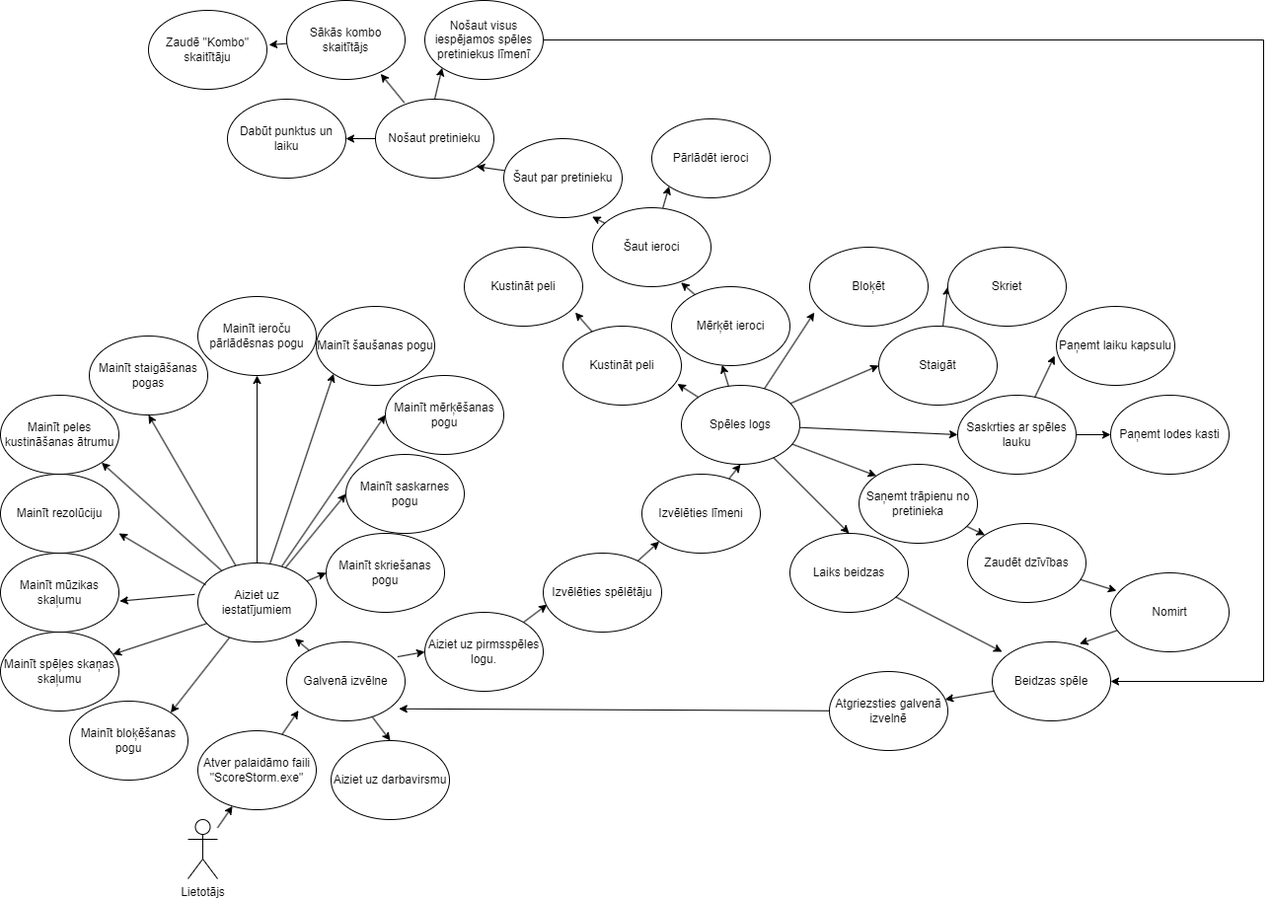
Earlier version of the draw.io export Diagrammas/UseCase.png (GNarvils/ScoreStorm). Source tidied: cells renumbered, new cells last; positions are measured from the earlier drawing's top-left corner, leaving out a move shared by most shapes.
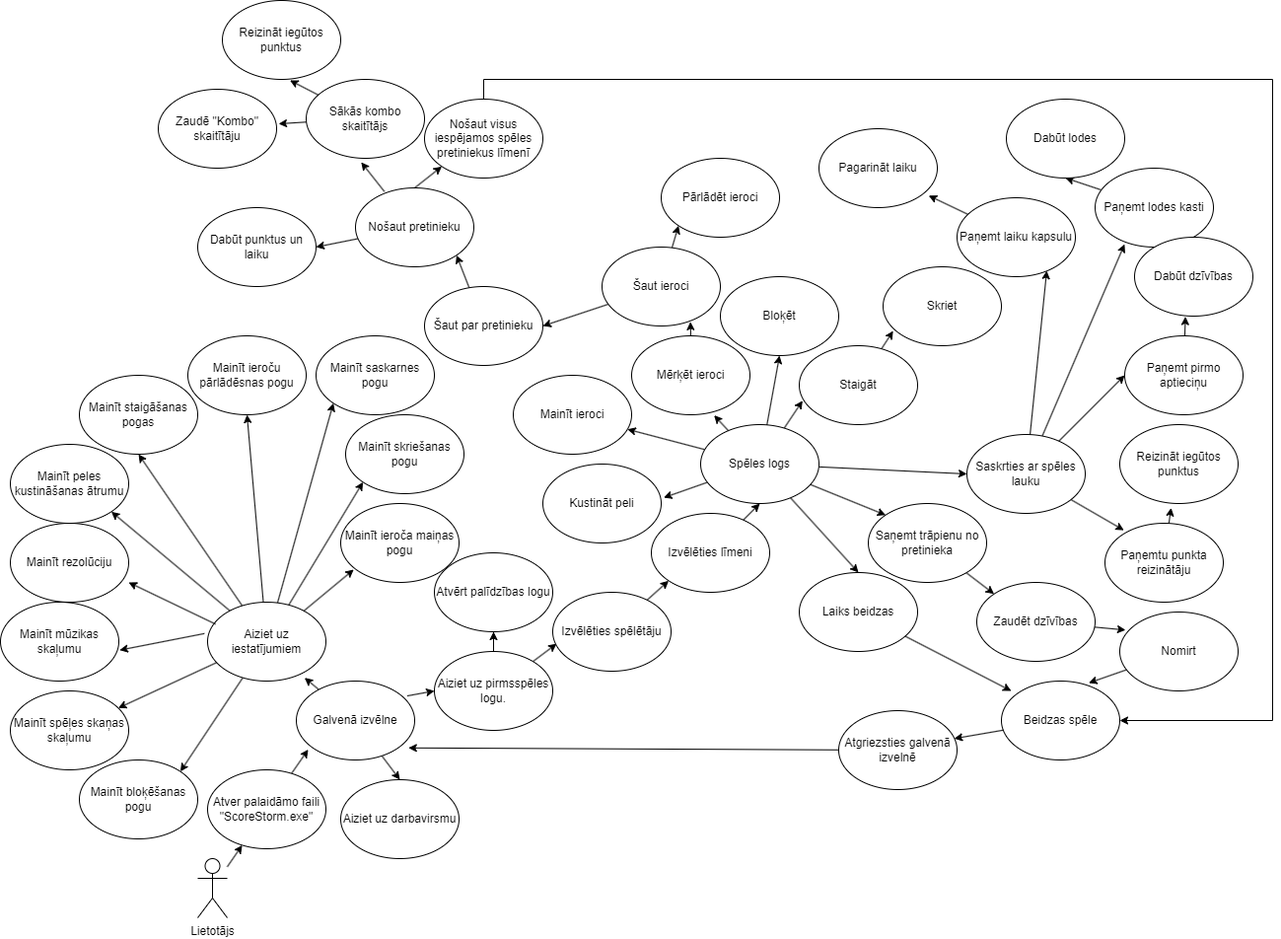
Above is the later version.

What changed in the source:
```diff
@@ -34,9 +34,3 @@
     </mxCell>
-    <mxCell id="12" style="rounded=0;jettySize=auto;html=1;entryX=0;entryY=1;entryDx=0;entryDy=0;" parent="1" edge="1" source="17" target="40">
-      <mxGeometry relative="1" as="geometry" />
-    </mxCell>
-    <mxCell id="13" style="rounded=0;jettySize=auto;html=1;entryX=0;entryY=0.5;entryDx=0;entryDy=0;" parent="1" edge="1" source="17" target="41">
-      <mxGeometry relative="1" as="geometry" />
-    </mxCell>
-    <mxCell id="14" style="rounded=0;jettySize=auto;html=1;entryX=0;entryY=0.5;entryDx=0;entryDy=0;" parent="1" edge="1" source="17" target="42">
+    <mxCell id="14" style="rounded=0;jettySize=auto;html=1;entryX=0;entryY=1;entryDx=0;entryDy=0;" parent="1" edge="1" source="17" target="42">
       <mxGeometry relative="1" as="geometry" />
@@ -46,3 +40,3 @@
     </mxCell>
-    <mxCell id="16" style="rounded=0;jettySize=auto;html=1;entryX=0;entryY=0.5;entryDx=0;entryDy=0;" parent="1" edge="1" source="17" target="44">
+    <mxCell id="16" style="rounded=0;jettySize=auto;html=1;entryX=0;entryY=1;entryDx=0;entryDy=0;" parent="1" edge="1" source="17" target="44">
       <mxGeometry relative="1" as="geometry" />
@@ -55,2 +49,5 @@
     </mxCell>
+    <mxCell id="91" style="edgeStyle=orthogonalEdgeStyle;rounded=0;jettySize=auto;html=1;entryX=0.5;entryY=1;entryDx=0;entryDy=0;" parent="1" edge="1" source="19" target="95">
+      <mxGeometry relative="1" as="geometry" />
+    </mxCell>
     <mxCell id="19" value="Aiziet uz pirmsspēles logu." style="ellipse;whiteSpace=wrap;html=1;" parent="1" vertex="1">
@@ -73,3 +70,3 @@
     </mxCell>
-    <mxCell id="25" style="rounded=0;jettySize=auto;html=1;entryX=0;entryY=0.5;entryDx=0;entryDy=0;" parent="1" edge="1" source="29" target="65">
+    <mxCell id="25" style="rounded=0;jettySize=auto;html=1;entryX=0.028;entryY=0.697;entryDx=0;entryDy=0;entryPerimeter=0;" parent="1" edge="1" source="29" target="65">
       <mxGeometry relative="1" as="geometry" />
@@ -85,16 +82,19 @@
     </mxCell>
+    <mxCell id="92" style="rounded=0;jettySize=auto;html=1;" parent="1" edge="1" source="29" target="108">
+      <mxGeometry relative="1" as="geometry" />
+    </mxCell>
     <mxCell id="29" value="Spēles logs" style="ellipse;whiteSpace=wrap;html=1;" parent="1" vertex="1">
-      <mxGeometry x="690" y="390" width="120" height="80" as="geometry" />
+      <mxGeometry x="700" y="390" width="120" height="80" as="geometry" />
     </mxCell>
     <mxCell id="30" value="Mainīt spēļes skaņas skaļumu" style="ellipse;whiteSpace=wrap;html=1;" parent="1" vertex="1">
-      <mxGeometry y="640" width="120" height="80" as="geometry" />
+      <mxGeometry y="660" width="120" height="80" as="geometry" />
     </mxCell>
     <mxCell id="31" value="Mainīt mūzikas skaļumu" style="ellipse;whiteSpace=wrap;html=1;" parent="1" vertex="1">
-      <mxGeometry y="560" width="120" height="80" as="geometry" />
+      <mxGeometry x="-10" y="570" width="120" height="80" as="geometry" />
     </mxCell>
     <mxCell id="32" value="Mainīt rezolūciju" style="ellipse;whiteSpace=wrap;html=1;" parent="1" vertex="1">
-      <mxGeometry y="480" width="120" height="80" as="geometry" />
+      <mxGeometry y="490" width="120" height="80" as="geometry" />
     </mxCell>
     <mxCell id="33" value="Mainīt peles kustināšanas ātrumu" style="ellipse;whiteSpace=wrap;html=1;" parent="1" vertex="1">
-      <mxGeometry y="400" width="120" height="80" as="geometry" />
+      <mxGeometry y="410" width="120" height="80" as="geometry" />
     </mxCell>
@@ -107,6 +107,6 @@
     <mxCell id="36" value="Mainīt staigāšanas pogas" style="ellipse;whiteSpace=wrap;html=1;" parent="1" vertex="1">
-      <mxGeometry x="90" y="340" width="120" height="80" as="geometry" />
+      <mxGeometry x="70" y="340" width="120" height="80" as="geometry" />
     </mxCell>
     <mxCell id="37" value="Mainīt ieroču pārlādēsnas pogu" style="ellipse;whiteSpace=wrap;html=1;" parent="1" vertex="1">
-      <mxGeometry x="200" y="300" width="120" height="80" as="geometry" />
+      <mxGeometry x="180" y="300" width="120" height="80" as="geometry" />
     </mxCell>
@@ -118,26 +118,17 @@
     </mxCell>
-    <mxCell id="40" value="Mainīt šaušanas pogu" style="ellipse;whiteSpace=wrap;html=1;" parent="1" vertex="1">
-      <mxGeometry x="320" y="310" width="120" height="80" as="geometry" />
-    </mxCell>
-    <mxCell id="41" value="Mainīt mērķēšanas pogu" style="ellipse;whiteSpace=wrap;html=1;" parent="1" vertex="1">
-      <mxGeometry x="390" y="380" width="120" height="80" as="geometry" />
-    </mxCell>
     <mxCell id="42" value="Mainīt saskarnes pogu" style="ellipse;whiteSpace=wrap;html=1;" parent="1" vertex="1">
-      <mxGeometry x="350" y="460" width="120" height="80" as="geometry" />
+      <mxGeometry x="310" y="300" width="120" height="80" as="geometry" />
     </mxCell>
     <mxCell id="43" value="Mainīt bloķēšanas pogu" style="ellipse;whiteSpace=wrap;html=1;" parent="1" vertex="1">
-      <mxGeometry x="70" y="710" width="120" height="80" as="geometry" />
+      <mxGeometry x="70" y="730" width="120" height="80" as="geometry" />
     </mxCell>
     <mxCell id="44" value="Mainīt skriešanas pogu" style="ellipse;whiteSpace=wrap;html=1;" parent="1" vertex="1">
-      <mxGeometry x="330" y="540" width="120" height="80" as="geometry" />
+      <mxGeometry x="340" y="380" width="120" height="80" as="geometry" />
     </mxCell>
     <mxCell id="45" value="Kustināt peli" style="ellipse;whiteSpace=wrap;html=1;" parent="1" vertex="1">
-      <mxGeometry x="570" y="330" width="120" height="80" as="geometry" />
+      <mxGeometry x="540" y="430" width="120" height="80" as="geometry" />
     </mxCell>
-    <mxCell id="46" style="rounded=0;jettySize=auto;html=1;entryX=0.967;entryY=0.732;entryDx=0;entryDy=0;entryPerimeter=0;" parent="1" edge="1" source="29" target="45">
+    <mxCell id="46" style="rounded=0;jettySize=auto;html=1;entryX=1.021;entryY=0.426;entryDx=0;entryDy=0;entryPerimeter=0;" parent="1" edge="1" source="29" target="45">
       <mxGeometry relative="1" as="geometry" />
     </mxCell>
-    <mxCell id="47" value="Kustināt peli" style="ellipse;whiteSpace=wrap;html=1;" parent="1" vertex="1">
-      <mxGeometry x="470" y="250" width="120" height="80" as="geometry" />
-    </mxCell>
     <mxCell id="48" style="rounded=0;orthogonalLoop=1;jettySize=auto;html=1;entryX=0;entryY=0;entryDx=0;entryDy=0;" parent="1" edge="1" source="45" target="45">
@@ -145,5 +136,2 @@
     </mxCell>
-    <mxCell id="49" style="rounded=0;jettySize=auto;html=1;entryX=0.937;entryY=0.827;entryDx=0;entryDy=0;entryPerimeter=0;" parent="1" edge="1" source="45" target="47">
-      <mxGeometry relative="1" as="geometry" />
-    </mxCell>
     <mxCell id="50" style="rounded=0;jettySize=auto;html=1;entryX=0.747;entryY=0.948;entryDx=0;entryDy=0;entryPerimeter=0;" parent="1" edge="1" source="51" target="54">
@@ -152,5 +140,5 @@
     <mxCell id="51" value="Mērķēt ieroci" style="ellipse;whiteSpace=wrap;html=1;" parent="1" vertex="1">
-      <mxGeometry x="680" y="290" width="120" height="80" as="geometry" />
+      <mxGeometry x="630" y="300" width="120" height="80" as="geometry" />
     </mxCell>
-    <mxCell id="52" style="rounded=0;jettySize=auto;html=1;entryX=0.427;entryY=0.992;entryDx=0;entryDy=0;entryPerimeter=0;" parent="1" edge="1" source="29" target="51">
+    <mxCell id="52" style="rounded=0;jettySize=auto;html=1;entryX=0.697;entryY=1.007;entryDx=0;entryDy=0;entryPerimeter=0;" parent="1" edge="1" source="29" target="51">
       <mxGeometry relative="1" as="geometry" />
@@ -167,5 +155,5 @@
     <mxCell id="56" value="Šaut par pretinieku" style="ellipse;whiteSpace=wrap;html=1;" parent="1" vertex="1">
-      <mxGeometry x="510" y="140" width="120" height="80" as="geometry" />
+      <mxGeometry x="420" y="250" width="120" height="80" as="geometry" />
     </mxCell>
-    <mxCell id="57" style="rounded=0;jettySize=auto;html=1;entryX=0.747;entryY=0.988;entryDx=0;entryDy=0;entryPerimeter=0;" parent="1" edge="1" source="54" target="56">
+    <mxCell id="57" style="rounded=0;jettySize=auto;html=1;entryX=1;entryY=0.5;entryDx=0;entryDy=0;" parent="1" edge="1" source="54" target="56">
       <mxGeometry relative="1" as="geometry" />
@@ -176,3 +164,3 @@
     <mxCell id="59" value="Nošaut pretinieku" style="ellipse;whiteSpace=wrap;html=1;" parent="1" vertex="1">
-      <mxGeometry x="380" y="100" width="120" height="80" as="geometry" />
+      <mxGeometry x="350" y="150" width="120" height="80" as="geometry" />
     </mxCell>
@@ -182,11 +170,11 @@
     <mxCell id="61" value="Dabūt punktus un laiku" style="ellipse;whiteSpace=wrap;html=1;" parent="1" vertex="1">
-      <mxGeometry x="230" y="100" width="120" height="80" as="geometry" />
+      <mxGeometry x="190" y="170" width="120" height="80" as="geometry" />
     </mxCell>
     <mxCell id="62" value="Bloķēt" style="ellipse;whiteSpace=wrap;html=1;" parent="1" vertex="1">
-      <mxGeometry x="820" y="250" width="120" height="80" as="geometry" />
+      <mxGeometry x="720" y="240" width="120" height="80" as="geometry" />
     </mxCell>
-    <mxCell id="63" style="rounded=0;jettySize=auto;html=1;entryX=0.039;entryY=0.826;entryDx=0;entryDy=0;entryPerimeter=0;" parent="1" edge="1" source="29" target="62">
+    <mxCell id="63" style="rounded=0;jettySize=auto;html=1;entryX=0.5;entryY=1;entryDx=0;entryDy=0;" parent="1" edge="1" source="29" target="62">
       <mxGeometry relative="1" as="geometry" />
     </mxCell>
-    <mxCell id="64" style="rounded=0;jettySize=auto;html=1;entryX=0;entryY=0.5;entryDx=0;entryDy=0;" parent="1" edge="1" source="65" target="66">
+    <mxCell id="64" style="rounded=0;jettySize=auto;html=1;entryX=0.085;entryY=0.813;entryDx=0;entryDy=0;entryPerimeter=0;" parent="1" edge="1" source="65" target="66">
       <mxGeometry relative="1" as="geometry" />
@@ -194,6 +182,6 @@
     <mxCell id="65" value="Staigāt" style="ellipse;whiteSpace=wrap;html=1;" parent="1" vertex="1">
-      <mxGeometry x="890" y="330" width="120" height="80" as="geometry" />
+      <mxGeometry x="800" y="310" width="120" height="80" as="geometry" />
     </mxCell>
     <mxCell id="66" value="Skriet" style="ellipse;whiteSpace=wrap;html=1;" parent="1" vertex="1">
-      <mxGeometry x="960" y="250" width="120" height="80" as="geometry" />
+      <mxGeometry x="885" y="230" width="120" height="80" as="geometry" />
     </mxCell>
@@ -206,3 +194,3 @@
     <mxCell id="69" value="Zaudēt dzīvības" style="ellipse;whiteSpace=wrap;html=1;" parent="1" vertex="1">
-      <mxGeometry x="980" y="530" width="120" height="80" as="geometry" />
+      <mxGeometry x="980" y="550" width="120" height="80" as="geometry" />
     </mxCell>
@@ -214,3 +202,3 @@
     </mxCell>
-    <mxCell id="72" style="rounded=0;jettySize=auto;html=1;entryX=0;entryY=0.5;entryDx=0;entryDy=0;" parent="1" edge="1" source="73" target="75">
+    <mxCell id="72" style="rounded=0;jettySize=auto;html=1;entryX=0.249;entryY=0.964;entryDx=0;entryDy=0;entryPerimeter=0;" parent="1" edge="1" source="73" target="75">
       <mxGeometry relative="1" as="geometry" />
@@ -220,9 +208,15 @@
     </mxCell>
+    <mxCell id="93" style="rounded=0;jettySize=auto;html=1;entryX=0.927;entryY=0.848;entryDx=0;entryDy=0;entryPerimeter=0;" parent="1" edge="1" source="74" target="100">
+      <mxGeometry relative="1" as="geometry" />
+    </mxCell>
     <mxCell id="74" value="Paņemt laiku kapsulu" style="ellipse;whiteSpace=wrap;html=1;" parent="1" vertex="1">
-      <mxGeometry x="1070" y="310" width="120" height="80" as="geometry" />
+      <mxGeometry x="960" y="160" width="120" height="80" as="geometry" />
     </mxCell>
+    <mxCell id="94" style="rounded=0;jettySize=auto;html=1;entryX=0.5;entryY=1;entryDx=0;entryDy=0;" parent="1" edge="1" source="75" target="101">
+      <mxGeometry relative="1" as="geometry" />
+    </mxCell>
     <mxCell id="75" value="Paņemt lodes kasti" style="ellipse;whiteSpace=wrap;html=1;" parent="1" vertex="1">
-      <mxGeometry x="1125" y="400" width="120" height="80" as="geometry" />
+      <mxGeometry x="1100" y="130" width="120" height="80" as="geometry" />
     </mxCell>
-    <mxCell id="76" style="rounded=0;jettySize=auto;html=1;entryX=-0.015;entryY=0.626;entryDx=0;entryDy=0;entryPerimeter=0;" parent="1" edge="1" source="73" target="74">
+    <mxCell id="76" style="rounded=0;jettySize=auto;html=1;entryX=0.758;entryY=0.925;entryDx=0;entryDy=0;entryPerimeter=0;" parent="1" edge="1" source="73" target="74">
       <mxGeometry relative="1" as="geometry" />
@@ -247,3 +241,3 @@
     <mxCell id="81" value="Nošaut visus iespējamos spēles pretiniekus līmenī" style="ellipse;whiteSpace=wrap;html=1;" parent="1" vertex="1">
-      <mxGeometry x="430" width="120" height="80" as="geometry" />
+      <mxGeometry x="420" y="60" width="120" height="80" as="geometry" />
     </mxCell>
@@ -265,8 +259,8 @@
     <mxCell id="87" value="Sākās kombo skaitītājs" style="ellipse;whiteSpace=wrap;html=1;" parent="1" vertex="1">
-      <mxGeometry x="290" width="120" height="80" as="geometry" />
+      <mxGeometry x="300" y="40" width="120" height="80" as="geometry" />
     </mxCell>
     <mxCell id="88" value="Zaudē &quot;Kombo&quot; skaitītāju" style="ellipse;whiteSpace=wrap;html=1;" parent="1" vertex="1">
-      <mxGeometry x="150" y="10" width="120" height="80" as="geometry" />
+      <mxGeometry x="150" y="50" width="120" height="80" as="geometry" />
     </mxCell>
-    <mxCell id="89" style="endArrow=classic;html=1;rounded=0;entryX=0.794;entryY=0.929;entryDx=0;entryDy=0;entryPerimeter=0;exitX=0.244;exitY=0.046;exitDx=0;exitDy=0;exitPerimeter=0;" parent="1" edge="1" source="59" target="87">
+    <mxCell id="89" style="endArrow=classic;html=1;rounded=0;entryX=0.465;entryY=1.05;entryDx=0;entryDy=0;entryPerimeter=0;exitX=0.244;exitY=0.046;exitDx=0;exitDy=0;exitPerimeter=0;" parent="1" edge="1" source="59" target="87">
       <mxGeometry relative="1" as="geometry" />
@@ -276,2 +270,50 @@
     </mxCell>
+    <mxCell id="95" value="Atvērt palīdzības logu" style="ellipse;whiteSpace=wrap;html=1;" parent="1" vertex="1">
+      <mxGeometry x="430" y="520" width="120" height="80" as="geometry" />
+    </mxCell>
+    <mxCell id="96" value="Paņemt pirmo aptieciņu" style="ellipse;whiteSpace=wrap;html=1;" parent="1" vertex="1">
+      <mxGeometry x="1130" y="300" width="120" height="80" as="geometry" />
+    </mxCell>
+    <mxCell id="97" style="rounded=0;jettySize=auto;html=1;entryX=0;entryY=0.5;entryDx=0;entryDy=0;" parent="1" edge="1" source="73" target="96">
+      <mxGeometry relative="1" as="geometry" />
+    </mxCell>
+    <mxCell id="98" value="Paņemtu punkta reizinātāju" style="ellipse;whiteSpace=wrap;html=1;" parent="1" vertex="1">
+      <mxGeometry x="1110" y="490" width="120" height="80" as="geometry" />
+    </mxCell>
+    <mxCell id="99" style="rounded=0;jettySize=auto;html=1;entryX=0.16;entryY=0.089;entryDx=0;entryDy=0;entryPerimeter=0;" parent="1" edge="1" source="73" target="98">
+      <mxGeometry relative="1" as="geometry" />
+    </mxCell>
+    <mxCell id="100" value="Pagarināt laiku" style="ellipse;whiteSpace=wrap;html=1;" parent="1" vertex="1">
+      <mxGeometry x="820" y="90" width="120" height="80" as="geometry" />
+    </mxCell>
+    <mxCell id="101" value="Dabūt lodes" style="ellipse;whiteSpace=wrap;html=1;" parent="1" vertex="1">
+      <mxGeometry x="1010" y="60" width="120" height="80" as="geometry" />
+    </mxCell>
+    <mxCell id="102" value="Dabūt dzīvības" style="ellipse;whiteSpace=wrap;html=1;" parent="1" vertex="1">
+      <mxGeometry x="1140" y="200" width="120" height="80" as="geometry" />
+    </mxCell>
+    <mxCell id="103" style="rounded=0;jettySize=auto;html=1;entryX=0.43;entryY=1.007;entryDx=0;entryDy=0;entryPerimeter=0;" parent="1" edge="1" source="96" target="102">
+      <mxGeometry relative="1" as="geometry" />
+    </mxCell>
+    <mxCell id="104" value="Reizināt iegūtos punktus" style="ellipse;whiteSpace=wrap;html=1;" parent="1" vertex="1">
+      <mxGeometry x="1125" y="390" width="120" height="80" as="geometry" />
+    </mxCell>
+    <mxCell id="105" style="rounded=0;jettySize=auto;html=1;entryX=0.434;entryY=1.055;entryDx=0;entryDy=0;entryPerimeter=0;" parent="1" edge="1" source="98" target="104">
+      <mxGeometry relative="1" as="geometry" />
+    </mxCell>
+    <mxCell id="106" value="Reizināt iegūtos punktus" style="ellipse;whiteSpace=wrap;html=1;" parent="1" vertex="1">
+      <mxGeometry x="215" y="-40" width="120" height="80" as="geometry" />
+    </mxCell>
+    <mxCell id="107" style="rounded=0;jettySize=auto;html=1;entryX=0.571;entryY=1.012;entryDx=0;entryDy=0;entryPerimeter=0;" parent="1" edge="1" source="87" target="106">
+      <mxGeometry relative="1" as="geometry" />
+    </mxCell>
+    <mxCell id="108" value="Mainīt ieroci" style="ellipse;whiteSpace=wrap;html=1;" parent="1" vertex="1">
+      <mxGeometry x="510" y="340" width="120" height="80" as="geometry" />
+    </mxCell>
+    <mxCell id="109" value="Mainīt ieroča maiņas pogu" style="ellipse;whiteSpace=wrap;html=1;" parent="1" vertex="1">
+      <mxGeometry x="335" y="470" width="120" height="80" as="geometry" />
+    </mxCell>
+    <mxCell id="110" style="rounded=0;jettySize=auto;html=1;entryX=0.11;entryY=0.837;entryDx=0;entryDy=0;entryPerimeter=0;" parent="1" edge="1" source="17" target="109">
+      <mxGeometry relative="1" as="geometry" />
+    </mxCell>
   </root>
```
